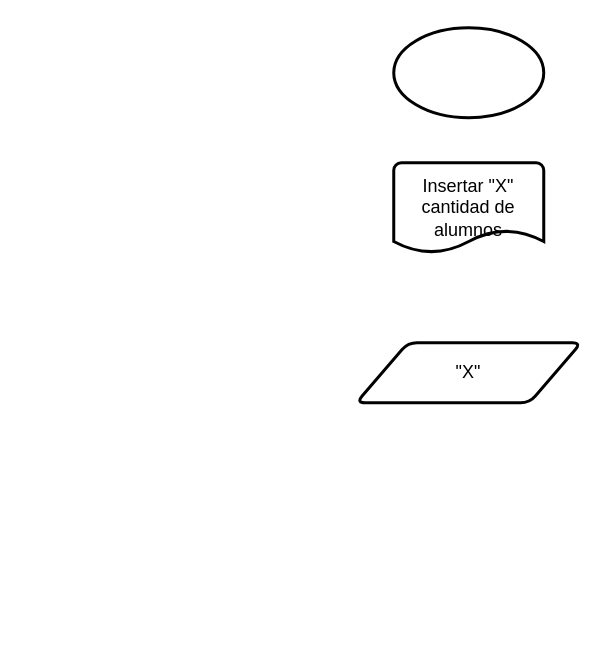
alejandrorestrepoj/DiagramaFlujo keeps this draw.io diagram as DiagramaFeb14.drawio. Above is the earlier version. Source tidied: cells renumbered, new cells numbered last; positions are measured from the earlier drawing's top-left corner, leaving out a move shared by most shapes. Both pictures are drawn from the tidied source at 150%, with x=0, y=0 at pixel (356, 27).
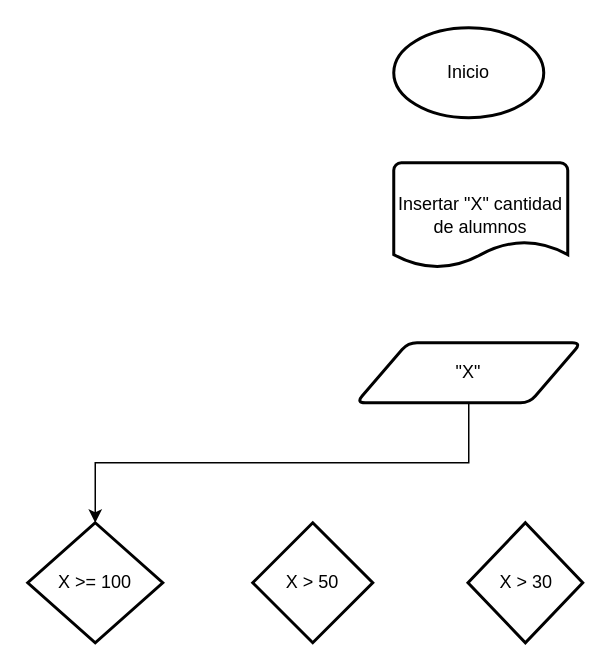
Above is the later version.

Change to the diagram source:
```diff
@@
 <mxGraphModel>
   <root>
     <mxCell id="0" />
     <mxCell id="1" parent="0" />
-    <mxCell id="2" style="strokeWidth=2;html=1;shape=mxgraph.flowchart.start_1;whiteSpace=wrap;" parent="1" vertex="1">
+    <mxCell id="2" value="Inicio" style="strokeWidth=2;html=1;shape=mxgraph.flowchart.start_1;whiteSpace=wrap;" parent="1" vertex="1">
       <mxGeometry x="25" width="100" height="60" as="geometry" />
     </mxCell>
     <mxCell id="3" value="&quot;X&quot;" style="shape=parallelogram;html=1;strokeWidth=2;perimeter=parallelogramPerimeter;whiteSpace=wrap;rounded=1;arcSize=12;size=0.23;" parent="1" vertex="1">
       <mxGeometry y="210" width="150" height="40" as="geometry" />
     </mxCell>
     <mxCell id="4" value="Insertar &quot;X&quot; cantidad de alumnos" style="strokeWidth=2;html=1;shape=mxgraph.flowchart.document2;whiteSpace=wrap;size=0.25;" parent="1" vertex="1">
-      <mxGeometry x="25" y="90" width="100" height="60" as="geometry" />
+      <mxGeometry x="25" y="90" width="116" height="70" as="geometry" />
     </mxCell>
+    <mxCell id="5" value="X &amp;gt; 30" style="strokeWidth=2;html=1;shape=mxgraph.flowchart.decision;whiteSpace=wrap;" parent="1" vertex="1">
+      <mxGeometry x="74.5" y="330" width="76.5" height="80" as="geometry" />
+    </mxCell>
+    <mxCell id="6" value="X &amp;gt; 50" style="strokeWidth=2;html=1;shape=mxgraph.flowchart.decision;whiteSpace=wrap;" parent="1" vertex="1">
+      <mxGeometry x="-69" y="330" width="80" height="80" as="geometry" />
+    </mxCell>
+    <mxCell id="7" value="X &amp;gt;= 100" style="strokeWidth=2;html=1;shape=mxgraph.flowchart.decision;whiteSpace=wrap;" parent="1" vertex="1">
+      <mxGeometry x="-219" y="330" width="90" height="80" as="geometry" />
+    </mxCell>
+    <mxCell id="8" style="rounded=0;jettySize=auto;html=1;entryX=0.5;entryY=0;entryDx=0;entryDy=0;entryPerimeter=0;edgeStyle=orthogonalEdgeStyle;" parent="1" edge="1" source="3" target="7">
+      <mxGeometry relative="1" as="geometry">
+        <Array as="points">
+          <mxPoint x="75" y="290" />
+          <mxPoint x="-174" y="290" />
+        </Array>
+      </mxGeometry>
+    </mxCell>
   </root>
 </mxGraphModel>
```
